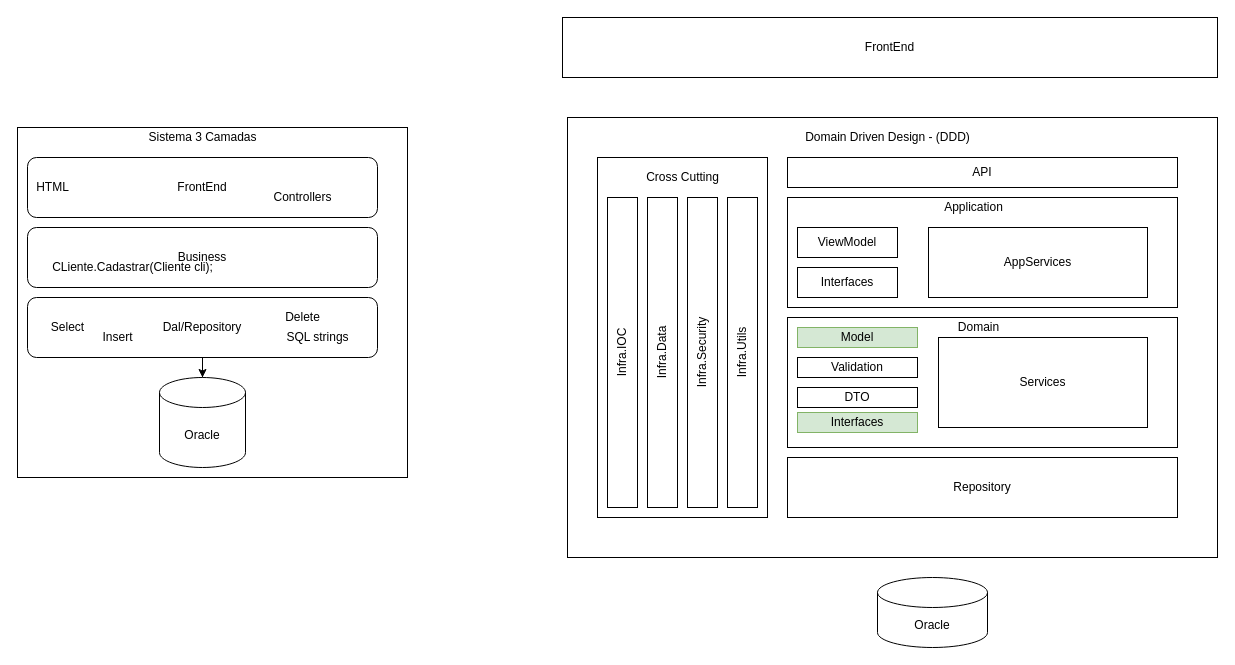
lfv500/LuBank keeps this draw.io diagram as page "DDD" (1 of 4) of docs/diagrams.drawio. Above is the earlier version. Source tidied: cells renumbered, new cells numbered last; positions are measured from the earlier drawing's top-left corner, leaving out a move shared by most shapes. Both pictures are drawn from the tidied source at 100%, with x=0, y=0 at pixel (17, 17).
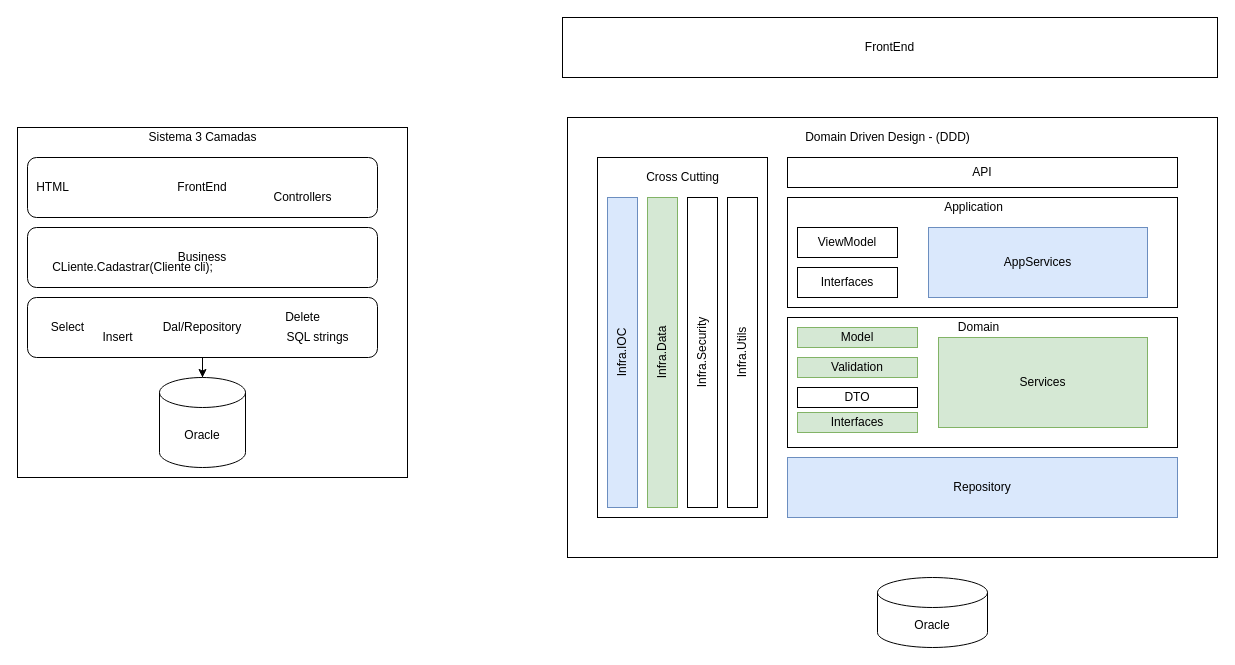
The same diagram, later.

What changed in the source:
```diff
@@
-    <mxCell id="20" value="Repository" style="rounded=0;whiteSpace=wrap;html=1;" parent="1" vertex="1">
+    <mxCell id="20" value="Repository" style="rounded=0;whiteSpace=wrap;html=1;fillColor=#dae8fc;strokeColor=#6c8ebf;" parent="1" vertex="1">
       <mxGeometry x="770" y="440" width="390" height="60" as="geometry" />
     </mxCell>
@@
-    <mxCell id="29" value="AppServices" style="rounded=0;whiteSpace=wrap;html=1;" parent="1" vertex="1">
+    <mxCell id="29" value="AppServices" style="rounded=0;whiteSpace=wrap;html=1;fillColor=#dae8fc;strokeColor=#6c8ebf;" parent="1" vertex="1">
       <mxGeometry x="911" y="210" width="219" height="70" as="geometry" />
     </mxCell>
@@
-    <mxCell id="32" value="Services" style="rounded=0;whiteSpace=wrap;html=1;" parent="1" vertex="1">
+    <mxCell id="32" value="Services" style="rounded=0;whiteSpace=wrap;html=1;fillColor=#d5e8d4;strokeColor=#82b366;" parent="1" vertex="1">
       <mxGeometry x="921" y="320" width="209" height="90" as="geometry" />
     </mxCell>
@@
-    <mxCell id="34" value="Validation" style="rounded=0;whiteSpace=wrap;html=1;" parent="1" vertex="1">
+    <mxCell id="34" value="Validation" style="rounded=0;whiteSpace=wrap;html=1;fillColor=#d5e8d4;strokeColor=#82b366;" parent="1" vertex="1">
       <mxGeometry x="780" y="340" width="120" height="20" as="geometry" />
     </mxCell>
@@
-    <mxCell id="37" value="Infra.Data" style="rounded=0;whiteSpace=wrap;html=1;rotation=0;horizontal=0;" parent="1" vertex="1">
+    <mxCell id="37" value="Infra.Data" style="rounded=0;whiteSpace=wrap;html=1;rotation=0;horizontal=0;fillColor=#d5e8d4;strokeColor=#82b366;" parent="1" vertex="1">
       <mxGeometry x="630" y="180" width="30" height="310" as="geometry" />
     </mxCell>
-    <mxCell id="38" value="Infra.IOC" style="rounded=0;whiteSpace=wrap;html=1;horizontal=0;" parent="1" vertex="1">
+    <mxCell id="38" value="Infra.IOC" style="rounded=0;whiteSpace=wrap;html=1;horizontal=0;fillColor=#dae8fc;strokeColor=#6c8ebf;" parent="1" vertex="1">
       <mxGeometry x="590" y="180" width="30" height="310" as="geometry" />
     </mxCell>
```
